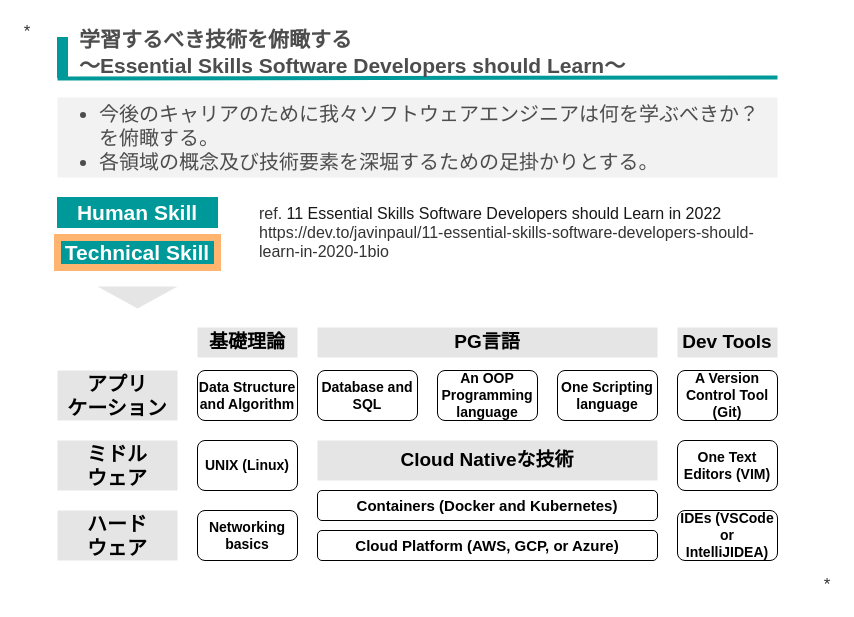
Earlier version of the draw.io diagram diagrams/20220208_学ぶべき技術.drawio (Dev-MyPortfolio/MyBlog). Source tidied: cells renumbered, new cells numbered last; positions are measured from the earlier drawing's top-left corner, leaving out a move shared by most shapes. Both pictures are drawn from the tidied source at 100%, with x=0, y=0 at pixel (17, 17).
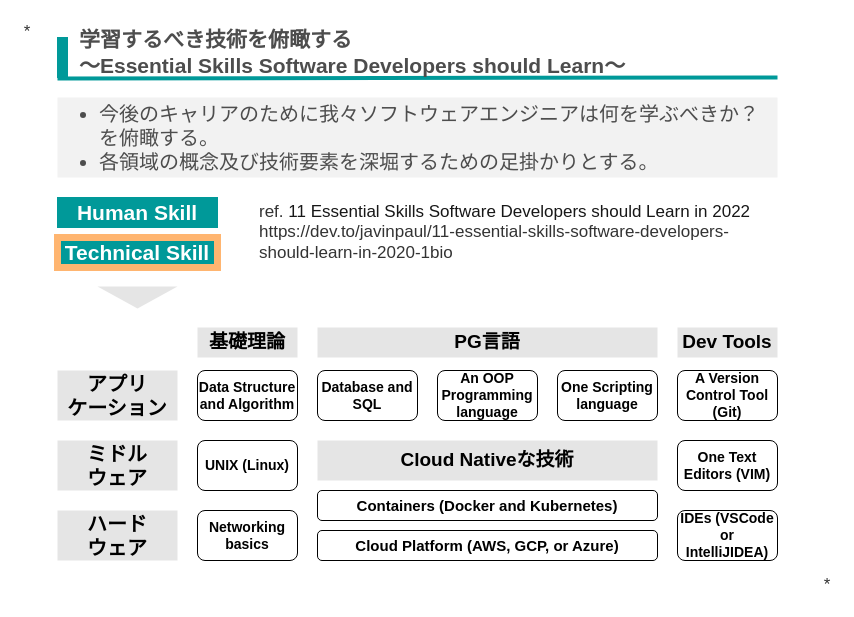
After the change.

Commit message:
20220208_学ぶべき技術.drawio を更新します

Diff of the diagram source:
```diff
@@
-    <mxCell id="28" value="ref.&amp;nbsp;&lt;span style=&quot;background-color: rgb(255, 255, 255); color: rgb(23, 23, 23); font-size: 16px;&quot;&gt;11 Essential Skills Software Developers should Learn in 2022&lt;/span&gt;&lt;br style=&quot;font-size: 16px;&quot;&gt;https://dev.to/javinpaul/11-essential-skills-software-developers-should-learn-in-2020-1bio" style="whiteSpace=wrap;html=1;fontSize=16;fontColor=#333333;strokeColor=none;strokeWidth=1;fillColor=none;gradientColor=none;opacity=50;align=left;" parent="1" vertex="1">
+    <mxCell id="28" value="ref.&amp;nbsp;&lt;span style=&quot;background-color: rgb(255, 255, 255); color: rgb(23, 23, 23); font-size: 17px;&quot;&gt;11 Essential Skills Software Developers should Learn in 2022&lt;/span&gt;&lt;br style=&quot;font-size: 17px;&quot;&gt;https://dev.to/javinpaul/11-essential-skills-software-developers-should-learn-in-2020-1bio" style="whiteSpace=wrap;html=1;fontSize=17;fontColor=#333333;strokeColor=none;strokeWidth=1;fillColor=none;gradientColor=none;opacity=50;align=left;" parent="1" vertex="1">
       <mxGeometry x="240" y="180" width="520" height="70" as="geometry" />
     </mxCell>
```
